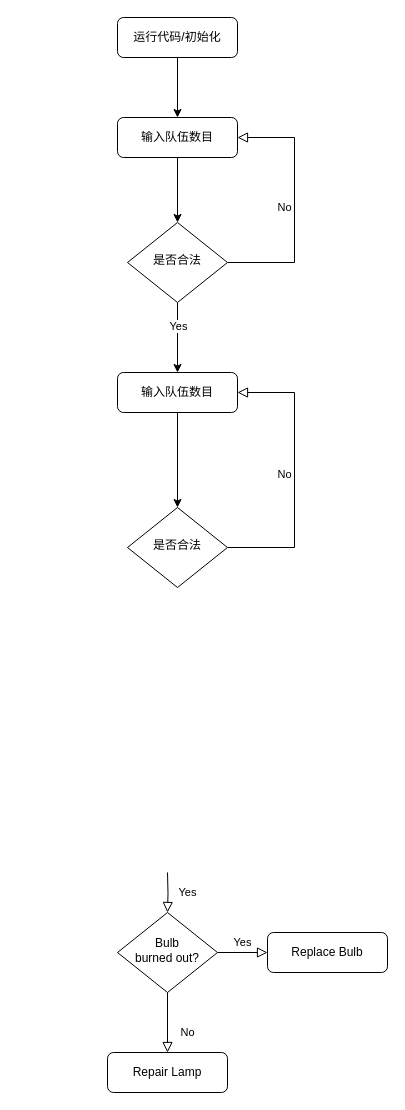
The draw.io diagram 足球流程图.drawio in cainiaoup/ws_diagrams, before the edit. Source tidied: cells renumbered, new cells numbered last; positions are measured from the earlier drawing's top-left corner, leaving out a move shared by most shapes. Both pictures are drawn from the tidied source at 100%, with x=0, y=0 at pixel (107, 17).
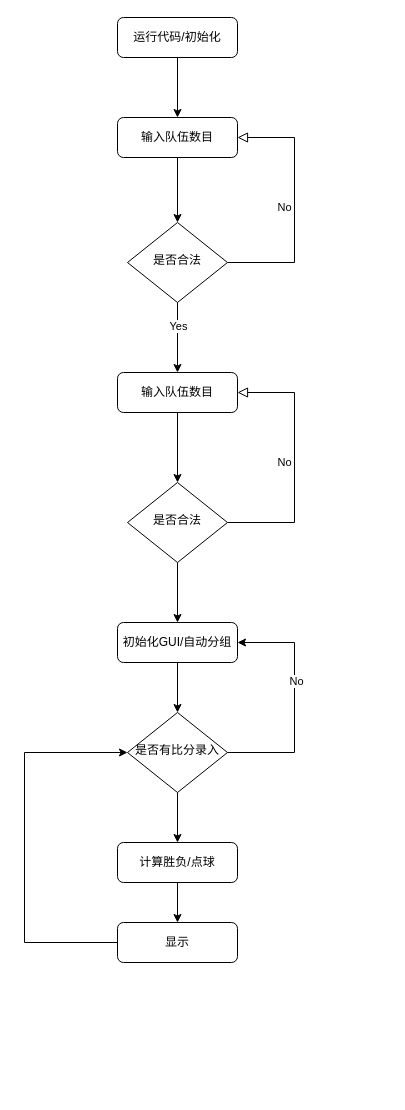
After the change.

Commit message (it also covers changes not shown here):
更新足球流程图.drawio

The change refers to these unchanged cells:
```xml
<mxCell id="19" value="输入队伍数目" style="rounded=1;whiteSpace=wrap;html=1;fontSize=12;glass=0;strokeWidth=1;shadow=0;" parent="1" vertex="1">
  <mxGeometry x="10" y="355" width="120" height="40" as="geometry" />
</mxCell>
```

Diff of the diagram source:
```diff
@@
-    <mxCell id="4" value="Yes" style="rounded=0;html=1;jettySize=auto;fontSize=11;endArrow=block;endFill=0;endSize=8;strokeWidth=1;shadow=0;labelBackgroundColor=none;edgeStyle=orthogonalEdgeStyle;" parent="1" edge="1" target="11">
-      <mxGeometry y="20" relative="1" as="geometry">
-        <mxPoint x="60" y="855" as="sourcePoint" />
-      </mxGeometry>
-    </mxCell>
@@
-    <mxCell id="9" value="No" style="rounded=0;html=1;jettySize=auto;fontSize=11;endArrow=block;endFill=0;endSize=8;strokeWidth=1;shadow=0;labelBackgroundColor=none;edgeStyle=orthogonalEdgeStyle;" parent="1" edge="1" source="11" target="12">
-      <mxGeometry x="0.33" y="20" relative="1" as="geometry" />
-    </mxCell>
-    <mxCell id="10" value="Yes" style="edgeStyle=orthogonalEdgeStyle;rounded=0;html=1;jettySize=auto;fontSize=11;endArrow=block;endFill=0;endSize=8;strokeWidth=1;shadow=0;labelBackgroundColor=none;" parent="1" edge="1" source="11" target="13">
-      <mxGeometry y="10" relative="1" as="geometry" />
-    </mxCell>
-    <mxCell id="11" value="Bulb&lt;br&gt;burned out?" style="rhombus;whiteSpace=wrap;html=1;shadow=0;fontFamily=Helvetica;fontSize=12;align=center;strokeWidth=1;spacing=6;spacingTop=-4;" parent="1" vertex="1">
-      <mxGeometry x="10" y="895" width="100" height="80" as="geometry" />
-    </mxCell>
+    <mxCell id="20" style="edgeStyle=orthogonalEdgeStyle;rounded=0;jettySize=auto;html=1;" parent="1" edge="1" source="12" target="28">
+      <mxGeometry relative="1" as="geometry" />
+    </mxCell>
-    <mxCell id="12" value="Repair Lamp" style="rounded=1;whiteSpace=wrap;html=1;fontSize=12;glass=0;strokeWidth=1;shadow=0;" parent="1" vertex="1">
-      <mxGeometry y="1035" width="120" height="40" as="geometry" />
+    <mxCell id="12" value="计算胜负/点球" style="rounded=1;whiteSpace=wrap;html=1;fontSize=12;glass=0;strokeWidth=1;shadow=0;" parent="1" vertex="1">
+      <mxGeometry x="10" y="825" width="120" height="40" as="geometry" />
     </mxCell>
-    <mxCell id="13" value="Replace Bulb" style="rounded=1;whiteSpace=wrap;html=1;fontSize=12;glass=0;strokeWidth=1;shadow=0;" parent="1" vertex="1">
-      <mxGeometry x="160" y="915" width="120" height="40" as="geometry" />
-    </mxCell>
@@
     <mxCell id="16" value="No" style="edgeStyle=orthogonalEdgeStyle;rounded=0;html=1;jettySize=auto;fontSize=11;endArrow=block;endFill=0;endSize=8;strokeWidth=1;shadow=0;labelBackgroundColor=none;entryX=1;entryY=0.5;entryDx=0;entryDy=0;" parent="1" edge="1" source="17" target="19">
       <mxGeometry y="10" relative="1" as="geometry">
         <Array as="points">
-          <mxPoint x="187" y="530" />
+          <mxPoint x="187" y="505" />
           <mxPoint x="187" y="375" />
         </Array>
       </mxGeometry>
     </mxCell>
+    <mxCell id="21" style="edgeStyle=orthogonalEdgeStyle;rounded=0;jettySize=auto;html=1;" parent="1" edge="1" source="17" target="23">
+      <mxGeometry relative="1" as="geometry" />
+    </mxCell>
     <mxCell id="17" value="是否合法" style="rhombus;whiteSpace=wrap;html=1;shadow=0;fontFamily=Helvetica;fontSize=12;align=center;strokeWidth=1;spacing=6;spacingTop=-4;" parent="1" vertex="1">
-      <mxGeometry x="20" y="490" width="100" height="80" as="geometry" />
+      <mxGeometry x="20" y="465" width="100" height="80" as="geometry" />
     </mxCell>
@@
+    <mxCell id="22" style="edgeStyle=orthogonalEdgeStyle;rounded=0;jettySize=auto;html=1;" parent="1" edge="1" source="23" target="26">
+      <mxGeometry relative="1" as="geometry" />
+    </mxCell>
+    <mxCell id="23" value="初始化GUI/自动分组" style="rounded=1;whiteSpace=wrap;html=1;fontSize=12;glass=0;strokeWidth=1;shadow=0;" parent="1" vertex="1">
+      <mxGeometry x="10" y="605" width="120" height="40" as="geometry" />
+    </mxCell>
+    <mxCell id="24" style="edgeStyle=orthogonalEdgeStyle;rounded=0;jettySize=auto;html=1;entryX=1;entryY=0.5;entryDx=0;entryDy=0;" parent="1" edge="1" source="26" target="23">
+      <mxGeometry relative="1" as="geometry">
+        <Array as="points">
+          <mxPoint x="187" y="735" />
+          <mxPoint x="187" y="625" />
+        </Array>
+      </mxGeometry>
+    </mxCell>
+    <mxCell id="9" value="No" style="edgeLabel;html=1;align=center;verticalAlign=middle;" parent="24" vertex="1">
+      <mxGeometry x="0.19" y="-1" relative="1" as="geometry" />
+    </mxCell>
+    <mxCell id="25" style="edgeStyle=orthogonalEdgeStyle;rounded=0;jettySize=auto;html=1;" parent="1" edge="1" source="26" target="12">
+      <mxGeometry relative="1" as="geometry" />
+    </mxCell>
+    <mxCell id="26" value="是否有比分录入" style="rhombus;whiteSpace=wrap;html=1;shadow=0;fontFamily=Helvetica;fontSize=12;align=center;strokeWidth=1;spacing=6;spacingTop=-4;" parent="1" vertex="1">
+      <mxGeometry x="20" y="695" width="100" height="80" as="geometry" />
+    </mxCell>
+    <mxCell id="27" style="edgeStyle=orthogonalEdgeStyle;rounded=0;jettySize=auto;html=1;entryX=0;entryY=0.5;entryDx=0;entryDy=0;" parent="1" edge="1" source="28" target="26">
+      <mxGeometry relative="1" as="geometry">
+        <Array as="points">
+          <mxPoint x="-83" y="925" />
+          <mxPoint x="-83" y="735" />
+        </Array>
+      </mxGeometry>
+    </mxCell>
+    <mxCell id="28" value="显示" style="rounded=1;whiteSpace=wrap;html=1;fontSize=12;glass=0;strokeWidth=1;shadow=0;" parent="1" vertex="1">
+      <mxGeometry x="10" y="905" width="120" height="40" as="geometry" />
+    </mxCell>
```
